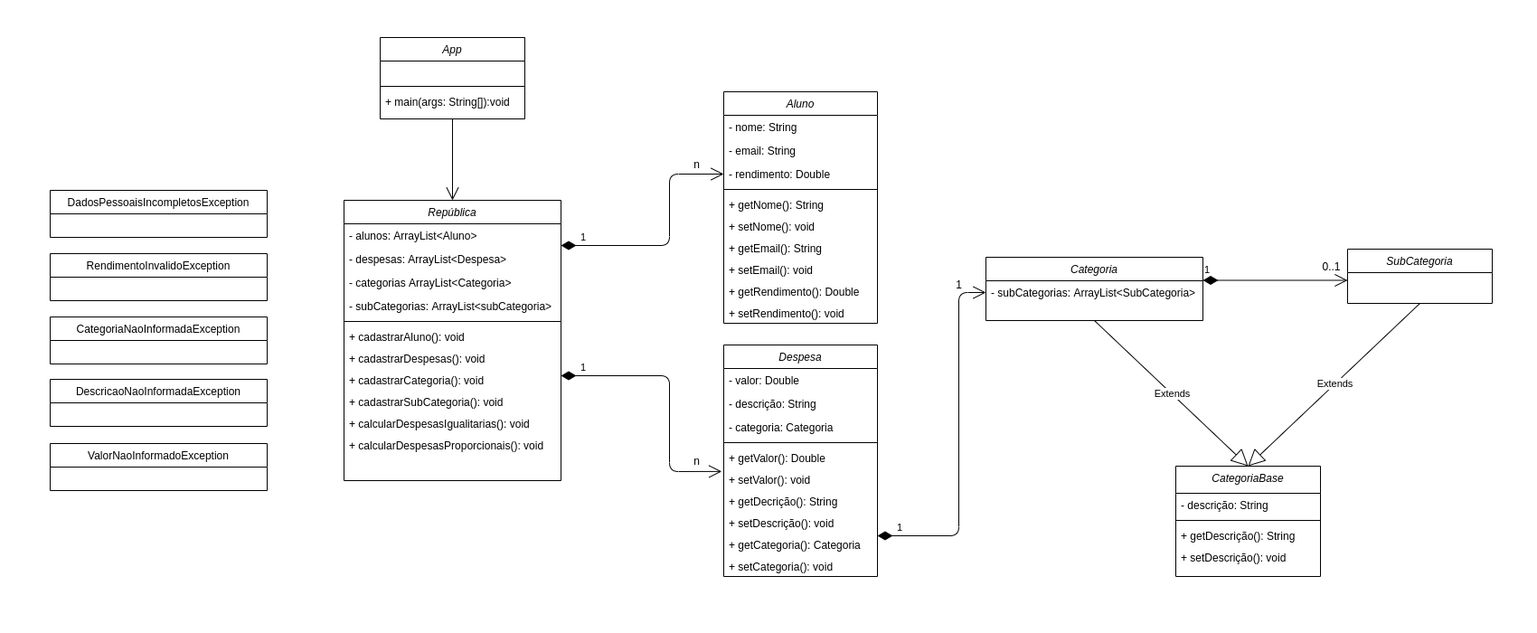
This is UML.png from dieg0D/Trabalho_OO, a draw.io export, as it was before one commit. Source tidied: cells renumbered, new cells last; positions are measured from the earlier drawing's top-left corner, leaving out a move shared by most shapes.
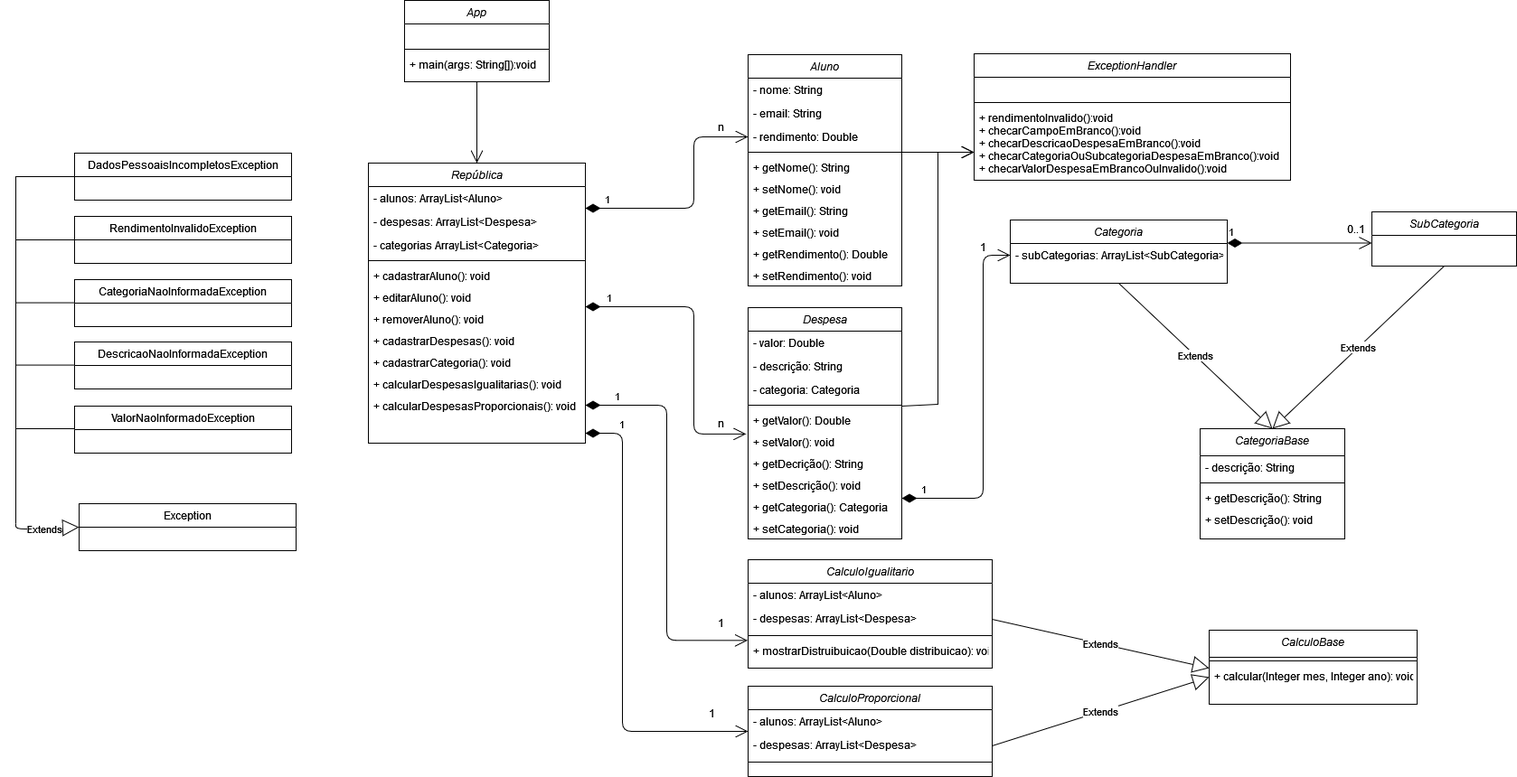
Above is the later version.

Commit message:
atualizar UML

The edit, as a diff of the source:
```diff
@@ -47,29 +47,29 @@
     <mxCell id="16" value="- categorias ArrayList&lt;Categoria&gt;    " style="text;align=left;verticalAlign=top;spacingLeft=4;spacingRight=4;overflow=hidden;" parent="13" vertex="1">
       <mxGeometry y="78" width="240" height="26" as="geometry" />
     </mxCell>
-    <mxCell id="17" value="- subCategorias: ArrayList&lt;subCategoria&gt;    " style="text;align=left;verticalAlign=top;spacingLeft=4;spacingRight=4;overflow=hidden;" parent="13" vertex="1">
-      <mxGeometry y="104" width="240" height="26" as="geometry" />
-    </mxCell>
     <mxCell id="18" style="line;strokeWidth=1;fillColor=none;align=left;verticalAlign=middle;spacingTop=-1;spacingLeft=3;spacingRight=3;labelPosition=right;" parent="13" vertex="1">
-      <mxGeometry y="130" width="240" height="8" as="geometry" />
+      <mxGeometry y="104" width="240" height="8" as="geometry" />
     </mxCell>
     <mxCell id="19" value="+ cadastrarAluno(): void    " style="text;align=left;verticalAlign=top;spacingLeft=4;spacingRight=4;overflow=hidden;" parent="13" vertex="1">
-      <mxGeometry y="138" width="240" height="24" as="geometry" />
+      <mxGeometry y="112" width="240" height="24" as="geometry" />
     </mxCell>
+    <mxCell id="64" value="+ editarAluno(): void &#10;    " style="text;align=left;verticalAlign=top;spacingLeft=4;spacingRight=4;overflow=hidden;" parent="13" vertex="1">
+      <mxGeometry y="136" width="240" height="24" as="geometry" />
+    </mxCell>
+    <mxCell id="65" value="+ removerAluno(): void &#10;    " style="text;align=left;verticalAlign=top;spacingLeft=4;spacingRight=4;overflow=hidden;" parent="13" vertex="1">
+      <mxGeometry y="160" width="240" height="24" as="geometry" />
+    </mxCell>
     <mxCell id="20" value="+ cadastrarDespesas(): void    " style="text;align=left;verticalAlign=top;spacingLeft=4;spacingRight=4;overflow=hidden;" parent="13" vertex="1">
-      <mxGeometry y="162" width="240" height="24" as="geometry" />
+      <mxGeometry y="184" width="240" height="24" as="geometry" />
     </mxCell>
     <mxCell id="21" value="+ cadastrarCategoria(): void &#10;    " style="text;align=left;verticalAlign=top;spacingLeft=4;spacingRight=4;overflow=hidden;" parent="13" vertex="1">
-      <mxGeometry y="186" width="240" height="24" as="geometry" />
+      <mxGeometry y="208" width="240" height="24" as="geometry" />
     </mxCell>
-    <mxCell id="22" value="+ cadastrarSubCategoria(): void &#10;    " style="text;align=left;verticalAlign=top;spacingLeft=4;spacingRight=4;overflow=hidden;" parent="13" vertex="1">
-      <mxGeometry y="210" width="240" height="24" as="geometry" />
-    </mxCell>
     <mxCell id="23" value="+ calcularDespesasIgualitarias(): void &#10;    " style="text;align=left;verticalAlign=top;spacingLeft=4;spacingRight=4;overflow=hidden;" parent="13" vertex="1">
-      <mxGeometry y="234" width="240" height="24" as="geometry" />
+      <mxGeometry y="232" width="240" height="24" as="geometry" />
     </mxCell>
     <mxCell id="24" value="+ calcularDespesasProporcionais(): void &#10;    " style="text;align=left;verticalAlign=top;spacingLeft=4;spacingRight=4;overflow=hidden;points=[[0,0.5],[1,0.5]];portConstraint=eastwest;" parent="13" vertex="1">
-      <mxGeometry y="258" width="240" height="24" as="geometry" />
+      <mxGeometry y="256" width="240" height="24" as="geometry" />
     </mxCell>
     <mxCell id="25" value="1" style="endArrow=open;html=1;endSize=12;startArrow=diamondThin;startSize=14;startFill=1;edgeStyle=orthogonalEdgeStyle;align=left;verticalAlign=bottom;entryX=0;entryY=0.5;entryDx=0;entryDy=0;" parent="1" edge="1" target="5">
       <mxGeometry x="-0.85" relative="1" as="geometry">
@@ -116,7 +116,7 @@
     <mxCell id="37" value="+ setCategoria(): void    " style="text;align=left;verticalAlign=top;spacingLeft=4;spacingRight=4;overflow=hidden;" parent="27" vertex="1">
       <mxGeometry y="232" width="170" height="24" as="geometry" />
     </mxCell>
-    <mxCell id="38" value="Categoria" style="swimlane;fontStyle=2;align=center;verticalAlign=top;horizontal=1;startSize=26;rounded=0;shadow=0;strokeWidth=1;" parent="1" vertex="1">
+    <mxCell id="38" value="Categoria" style="swimlane;fontStyle=2;align=center;verticalAlign=top;horizontal=1;startSize=26;rounded=0;shadow=0;strokeWidth=1;fillColor=default;strokeColor=default;fontColor=default;" parent="1" vertex="1">
       <mxGeometry x="1035" y="243" width="240" height="70" as="geometry" />
     </mxCell>
     <mxCell id="39" value="- subCategorias: ArrayList&lt;SubCategoria&gt;&#10;" style="text;align=left;verticalAlign=top;spacingLeft=4;spacingRight=4;overflow=hidden;points=[[0,0.5],[1,0.5]];portConstraint=eastwest;rounded=0;shadow=0;html=0;" parent="38" vertex="1">
@@ -170,7 +170,7 @@
     <mxCell id="52" value="n" style="text;html=1;align=center;verticalAlign=middle;strokeColor=none;fillColor=none;" parent="1" vertex="1">
       <mxGeometry x="705" y="458" width="20" height="20" as="geometry" />
     </mxCell>
-    <mxCell id="53" value="App" style="swimlane;fontStyle=2;align=center;verticalAlign=top;horizontal=1;startSize=26;rounded=0;shadow=0;strokeWidth=1;" parent="1" vertex="1">
+    <mxCell id="53" value="App" style="swimlane;fontStyle=2;align=center;verticalAlign=top;horizontal=1;startSize=26;rounded=0;shadow=0;strokeWidth=1;fillColor=default;strokeColor=default;fontColor=default;" parent="1" vertex="1">
       <mxGeometry x="365" width="160" height="90" as="geometry" />
     </mxCell>
     <mxCell id="54" value="  " style="text;align=left;verticalAlign=top;spacingLeft=4;spacingRight=4;overflow=hidden;" parent="53" vertex="1">
@@ -184,14 +184,15 @@
     </mxCell>
     <mxCell id="57" value="1" style="endArrow=open;html=1;endSize=12;startArrow=diamondThin;startSize=14;startFill=1;edgeStyle=orthogonalEdgeStyle;align=left;verticalAlign=bottom;entryX=-0.013;entryY=0.161;entryDx=0;entryDy=0;entryPerimeter=0;" parent="1" edge="1" target="33">
       <mxGeometry x="-0.86" relative="1" as="geometry">
-        <mxPoint x="565" y="374" as="sourcePoint" />
+        <mxPoint x="565" y="339" as="sourcePoint" />
         <Array as="points">
-          <mxPoint x="685" y="374" />
+          <mxPoint x="565" y="339" />
+          <mxPoint x="685" y="339" />
           <mxPoint x="685" y="480" />
         </Array>
       </mxGeometry>
     </mxCell>
-    <mxCell id="58" style="endArrow=open;endFill=1;endSize=12;html=1;rounded=0;edgeStyle=orthogonalEdgeStyle;entryX=0.5;entryY=0;entryDx=0;entryDy=0;exitX=0.5;exitY=1;exitDx=0;exitDy=0;" parent="1" edge="1" source="53" target="13">
+    <mxCell id="58" style="endArrow=open;endFill=1;endSize=12;html=1;rounded=0;edgeStyle=orthogonalEdgeStyle;entryX=0.5;entryY=0;entryDx=0;entryDy=0;exitX=0.5;exitY=1;exitDx=0;exitDy=0;strokeColor=default;labelBackgroundColor=default;fontColor=default;" parent="1" edge="1" source="53" target="13">
       <mxGeometry relative="1" as="geometry" />
     </mxCell>
     <mxCell id="59" value="DadosPessoaisIncompletosException" style="swimlane;fontStyle=0;horizontal=1;startSize=26;fillColor=none;" parent="1" vertex="1">
@@ -209,5 +210,146 @@
     <mxCell id="63" value="ValorNaoInformadoException" style="swimlane;fontStyle=0;horizontal=1;startSize=26;fillColor=none;" parent="1" vertex="1">
       <mxGeometry y="449" width="240" height="52" as="geometry" />
     </mxCell>
+    <mxCell id="66" value="Exception" style="swimlane;fontStyle=0;horizontal=1;startSize=26;fillColor=none;" parent="1" vertex="1">
+      <mxGeometry x="5" y="557" width="240" height="52" as="geometry" />
+    </mxCell>
+    <mxCell id="67" style="endArrow=none;html=1;rounded=0;entryX=0;entryY=0.5;entryDx=0;entryDy=0;" parent="1" edge="1" target="59">
+      <mxGeometry relative="1" as="geometry">
+        <mxPoint x="-65" y="579" as="sourcePoint" />
+        <Array as="points">
+          <mxPoint x="-65" y="195" />
+        </Array>
+      </mxGeometry>
+    </mxCell>
+    <mxCell id="68" style="endArrow=none;html=1;rounded=0;entryX=0;entryY=0.5;entryDx=0;entryDy=0;" parent="1" edge="1" target="60">
+      <mxGeometry relative="1" as="geometry">
+        <mxPoint x="-65" y="265" as="sourcePoint" />
+      </mxGeometry>
+    </mxCell>
+    <mxCell id="69" value="Extends" style="endArrow=block;endSize=16;endFill=0;html=1;entryX=0;entryY=0.5;entryDx=0;entryDy=0;" parent="1" edge="1" target="66">
+      <mxGeometry relative="1" as="geometry">
+        <mxPoint x="-65" y="579" as="sourcePoint" />
+        <Array as="points">
+          <mxPoint x="-65" y="585" />
+          <mxPoint x="-45" y="585" />
+        </Array>
+      </mxGeometry>
+    </mxCell>
+    <mxCell id="70" style="endArrow=none;html=1;rounded=0;entryX=0;entryY=0.5;entryDx=0;entryDy=0;" parent="1" edge="1">
+      <mxGeometry relative="1" as="geometry">
+        <mxPoint x="-65" y="334.6" as="sourcePoint" />
+        <mxPoint y="334.6" as="targetPoint" />
+      </mxGeometry>
+    </mxCell>
+    <mxCell id="71" style="endArrow=none;html=1;rounded=0;entryX=0;entryY=0.5;entryDx=0;entryDy=0;" parent="1" edge="1">
+      <mxGeometry relative="1" as="geometry">
+        <mxPoint x="-65" y="403.6" as="sourcePoint" />
+        <mxPoint y="403.6" as="targetPoint" />
+      </mxGeometry>
+    </mxCell>
+    <mxCell id="72" style="endArrow=none;html=1;rounded=0;entryX=0;entryY=0.5;entryDx=0;entryDy=0;" parent="1" edge="1">
+      <mxGeometry relative="1" as="geometry">
+        <mxPoint x="-65" y="474" as="sourcePoint" />
+        <mxPoint y="474" as="targetPoint" />
+      </mxGeometry>
+    </mxCell>
+    <mxCell id="73" value="CalculoIgualitario" style="swimlane;fontStyle=2;align=center;verticalAlign=top;horizontal=1;startSize=26;rounded=0;shadow=0;strokeWidth=1;" parent="1" vertex="1">
+      <mxGeometry x="745" y="619" width="270" height="120" as="geometry" />
+    </mxCell>
+    <mxCell id="74" value="- alunos: ArrayList&lt;Aluno&gt;    " style="text;align=left;verticalAlign=top;spacingLeft=4;spacingRight=4;overflow=hidden;" parent="73" vertex="1">
+      <mxGeometry y="26" width="270" height="26" as="geometry" />
+    </mxCell>
+    <mxCell id="75" value="- despesas: ArrayList&lt;Despesa&gt;    " style="text;align=left;verticalAlign=top;spacingLeft=4;spacingRight=4;overflow=hidden;points=[[0,0.5],[1,0.5]];portConstraint=eastwest;" parent="73" vertex="1">
+      <mxGeometry y="52" width="270" height="28" as="geometry" />
+    </mxCell>
+    <mxCell id="76" style="line;strokeWidth=1;fillColor=none;align=left;verticalAlign=middle;spacingTop=-1;spacingLeft=3;spacingRight=3;labelPosition=right;" parent="73" vertex="1">
+      <mxGeometry y="80" width="270" height="8" as="geometry" />
+    </mxCell>
+    <mxCell id="77" value="+ mostrarDistruibuicao(Double distribuicao): void" style="text;align=left;verticalAlign=top;spacingLeft=4;spacingRight=4;overflow=hidden;points=[[0,0.5],[1,0.5]];portConstraint=eastwest;" parent="73" vertex="1">
+      <mxGeometry y="88" width="270" height="24" as="geometry" />
+    </mxCell>
+    <mxCell id="78" value="1" style="text;html=1;align=center;verticalAlign=middle;strokeColor=none;fillColor=none;" parent="1" vertex="1">
+      <mxGeometry x="705" y="679" width="20" height="20" as="geometry" />
+    </mxCell>
+    <mxCell id="79" value="1" style="endArrow=open;html=1;endSize=12;startArrow=diamondThin;startSize=14;startFill=1;edgeStyle=orthogonalEdgeStyle;align=left;verticalAlign=bottom;entryX=-0.002;entryY=0.056;entryDx=0;entryDy=0;entryPerimeter=0;exitX=1;exitY=0.5;exitDx=0;exitDy=0;" parent="1" edge="1" source="24" target="77">
+      <mxGeometry x="-0.86" relative="1" as="geometry">
+        <Array as="points">
+          <mxPoint x="655" y="448" />
+          <mxPoint x="655" y="708" />
+        </Array>
+      </mxGeometry>
+    </mxCell>
+    <mxCell id="80" value="CalculoProporcional&#10;" style="swimlane;fontStyle=2;align=center;verticalAlign=top;horizontal=1;startSize=26;rounded=0;shadow=0;strokeWidth=1;" parent="1" vertex="1">
+      <mxGeometry x="745" y="759" width="270" height="100" as="geometry" />
+    </mxCell>
+    <mxCell id="81" value="- alunos: ArrayList&lt;Aluno&gt;    " style="text;align=left;verticalAlign=top;spacingLeft=4;spacingRight=4;overflow=hidden;" parent="80" vertex="1">
+      <mxGeometry y="26" width="270" height="26" as="geometry" />
+    </mxCell>
+    <mxCell id="82" value="- despesas: ArrayList&lt;Despesa&gt;    " style="text;align=left;verticalAlign=top;spacingLeft=4;spacingRight=4;overflow=hidden;points=[[0,0.5],[1,0.5]];portConstraint=eastwest;" parent="80" vertex="1">
+      <mxGeometry y="52" width="270" height="28" as="geometry" />
+    </mxCell>
+    <mxCell id="83" style="line;strokeWidth=1;fillColor=none;align=left;verticalAlign=middle;spacingTop=-1;spacingLeft=3;spacingRight=3;labelPosition=right;" parent="80" vertex="1">
+      <mxGeometry y="80" width="270" height="8" as="geometry" />
+    </mxCell>
+    <mxCell id="84" value="1" style="endArrow=open;html=1;endSize=12;startArrow=diamondThin;startSize=14;startFill=1;edgeStyle=orthogonalEdgeStyle;align=left;verticalAlign=bottom;" parent="1" edge="1">
+      <mxGeometry x="-0.86" relative="1" as="geometry">
+        <mxPoint x="565" y="479" as="sourcePoint" />
+        <mxPoint x="745" y="809" as="targetPoint" />
+        <Array as="points">
+          <mxPoint x="606" y="479" />
+          <mxPoint x="606" y="809" />
+        </Array>
+      </mxGeometry>
+    </mxCell>
+    <mxCell id="85" value="1" style="text;html=1;align=center;verticalAlign=middle;strokeColor=none;fillColor=none;" parent="1" vertex="1">
+      <mxGeometry x="695" y="779" width="20" height="20" as="geometry" />
+    </mxCell>
+    <mxCell id="86" value="Extends" style="endArrow=block;endSize=16;endFill=0;html=1;exitX=1;exitY=0.5;exitDx=0;exitDy=0;" parent="1" edge="1" source="75">
+      <mxGeometry relative="1" as="geometry">
+        <mxPoint x="1255" y="739" as="targetPoint" />
+      </mxGeometry>
+    </mxCell>
+    <mxCell id="87" value="Extends" style="endArrow=block;endSize=16;endFill=0;html=1;exitX=1;exitY=0.5;exitDx=0;exitDy=0;" parent="1" edge="1" source="82">
+      <mxGeometry relative="1" as="geometry">
+        <mxPoint x="1255" y="749" as="targetPoint" />
+      </mxGeometry>
+    </mxCell>
+    <mxCell id="88" value="CalculoBase" style="swimlane;fontStyle=2;align=center;verticalAlign=top;horizontal=1;startSize=30;rounded=0;shadow=0;strokeWidth=1;" parent="1" vertex="1">
+      <mxGeometry x="1255" y="697" width="230" height="82" as="geometry" />
+    </mxCell>
+    <mxCell id="89" style="line;strokeWidth=1;fillColor=none;align=left;verticalAlign=middle;spacingTop=-1;spacingLeft=3;spacingRight=3;labelPosition=right;" parent="88" vertex="1">
+      <mxGeometry y="30" width="230" height="8" as="geometry" />
+    </mxCell>
+    <mxCell id="90" value="+ calcular(Integer mes, Integer ano): void" style="text;align=left;verticalAlign=top;spacingLeft=4;spacingRight=4;overflow=hidden;" parent="88" vertex="1">
+      <mxGeometry y="38" width="230" height="24" as="geometry" />
+    </mxCell>
+    <mxCell id="91" value="ExceptionHandler" style="swimlane;fontStyle=2;align=center;verticalAlign=top;horizontal=1;startSize=26;rounded=0;shadow=0;strokeWidth=1;fillColor=default;strokeColor=default;fontColor=default;" parent="1" vertex="1">
+      <mxGeometry x="995" y="59" width="350" height="140" as="geometry" />
+    </mxCell>
+    <mxCell id="92" value="  " style="text;align=left;verticalAlign=top;spacingLeft=4;spacingRight=4;overflow=hidden;" parent="91" vertex="1">
+      <mxGeometry y="26" width="350" height="24" as="geometry" />
+    </mxCell>
+    <mxCell id="93" style="line;strokeWidth=1;fillColor=none;align=left;verticalAlign=middle;spacingTop=-1;spacingLeft=3;spacingRight=3;labelPosition=right;" parent="91" vertex="1">
+      <mxGeometry y="50" width="350" height="8" as="geometry" />
+    </mxCell>
+    <mxCell id="94" value="+ rendimentoInvalido():void&#10;+ checarCampoEmBranco():void&#10;+ checarDescricaoDespesaEmBranco():void&#10;+ checarCategoriaOuSubcategoriaDespesaEmBranco():void&#10;+ checarValorDespesaEmBrancoOuInvalido():void&#10;" style="text;align=left;verticalAlign=top;spacingLeft=4;spacingRight=4;overflow=hidden;fontColor=default;" parent="91" vertex="1">
+      <mxGeometry y="58" width="350" height="82" as="geometry" />
+    </mxCell>
+    <mxCell id="95" style="endArrow=open;endFill=1;endSize=12;html=1;rounded=0;labelBackgroundColor=default;fontColor=default;strokeColor=default;" parent="1" edge="1">
+      <mxGeometry relative="1" as="geometry">
+        <mxPoint x="915" y="168" as="sourcePoint" />
+        <mxPoint x="995" y="168" as="targetPoint" />
+      </mxGeometry>
+    </mxCell>
+    <mxCell id="96" style="endArrow=open;endFill=1;endSize=12;html=1;rounded=0;labelBackgroundColor=default;fontColor=default;strokeColor=default;" parent="1" edge="1">
+      <mxGeometry relative="1" as="geometry">
+        <mxPoint x="915" y="449" as="sourcePoint" />
+        <mxPoint x="995" y="168" as="targetPoint" />
+        <Array as="points">
+          <mxPoint x="955" y="447" />
+          <mxPoint x="955" y="168" />
+        </Array>
+      </mxGeometry>
+    </mxCell>
   </root>
 </mxGraphModel>
```
